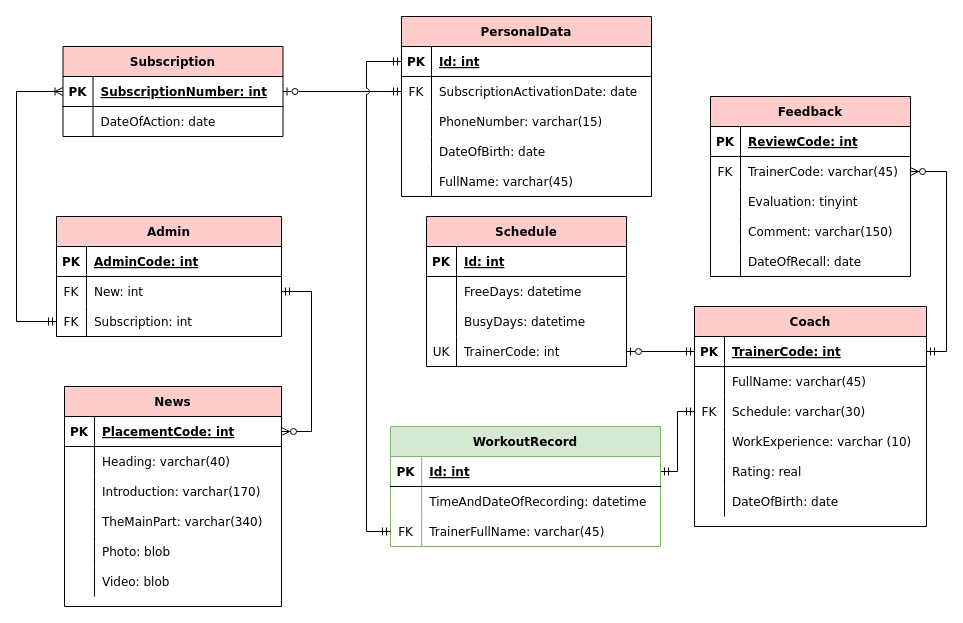
The draw.io diagram page "Page-2" (2 of 2) of Diagrams/ER 3.drawio in yuliapyrikova/-, before the edit. Source tidied: cells renumbered, new cells numbered last; positions are measured from the earlier drawing's top-left corner, leaving out a move shared by most shapes. Both pictures are drawn from the tidied source at 100%, with x=0, y=0 at pixel (16, 16).
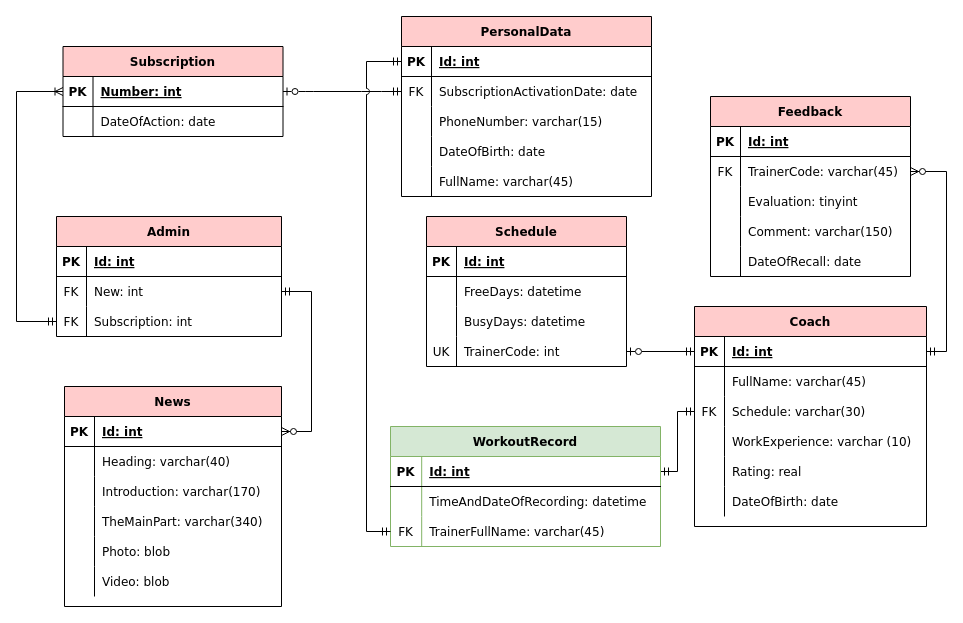
The same page after the edit.

The change refers to these unchanged cells:
```xml
<mxCell id="32" style="shape=partialRectangle;fillColor=none;points=[[0,0.5],[1,0.5]];portConstraint=eastwest;top=0;left=0;right=0;bottom=1;strokeColor=#000000;fontColor=#000000;fontFamily=Verdana;" parent="31" vertex="1">
  <mxGeometry y="30" width="220" height="30" as="geometry" />
</mxCell>
<mxCell id="40" style="shape=partialRectangle;fillColor=none;top=0;left=0;bottom=1;right=0;points=[[0,0.5],[1,0.5]];portConstraint=eastwest;strokeColor=#000000;fontColor=#000000;fontFamily=Verdana;" parent="39" vertex="1">
  <mxGeometry y="30" width="232" height="30" as="geometry" />
</mxCell>
<mxCell id="60" style="shape=partialRectangle;fillColor=none;top=0;left=0;bottom=1;right=0;strokeColor=#000000;fontColor=#000000;fontFamily=Verdana;" parent="59" vertex="1">
  <mxGeometry y="30" width="200" height="30" as="geometry" />
</mxCell>
<mxCell id="76" style="shape=partialRectangle;fillColor=none;top=0;left=0;bottom=1;right=0;points=[[0,0.5],[1,0.5]];portConstraint=eastwest;strokeColor=#000000;fontColor=#000000;fontFamily=Verdana;" parent="75" vertex="1">
  <mxGeometry y="30" width="217" height="30" as="geometry" />
</mxCell>
<mxCell id="107" style="shape=partialRectangle;fillColor=none;top=0;left=0;right=0;bottom=1;strokeColor=#000000;fontColor=#000000;fontFamily=Verdana;" parent="106" vertex="1">
  <mxGeometry y="30" width="225" height="30" as="geometry" />
</mxCell>
```

The edit, as a diff of the source:
```diff
@@
-    <mxCell id="34" value="SubscriptionNumber: int" style="shape=partialRectangle;overflow=hidden;fillColor=none;top=0;left=0;bottom=0;right=0;align=left;spacingLeft=6;fontStyle=5;strokeColor=#000000;fontColor=#000000;fontFamily=Verdana;" parent="32" vertex="1">
+    <mxCell id="34" value="Number: int" style="shape=partialRectangle;overflow=hidden;fillColor=none;top=0;left=0;bottom=0;right=0;align=left;spacingLeft=6;fontStyle=5;strokeColor=#000000;fontColor=#000000;fontFamily=Verdana;" parent="32" vertex="1">
       <mxGeometry x="30" width="190" height="30" as="geometry" />
     </mxCell>
@@
-    <mxCell id="42" value="TrainerCode: int" style="shape=partialRectangle;fillColor=none;top=0;left=0;bottom=0;right=0;align=left;spacingLeft=6;fontStyle=5;overflow=hidden;strokeColor=#000000;fontColor=#000000;fontFamily=Verdana;" parent="40" vertex="1">
+    <mxCell id="42" value="Id: int" style="shape=partialRectangle;fillColor=none;top=0;left=0;bottom=0;right=0;align=left;spacingLeft=6;fontStyle=5;overflow=hidden;strokeColor=#000000;fontColor=#000000;fontFamily=Verdana;" parent="40" vertex="1">
       <mxGeometry x="30" width="202" height="30" as="geometry" />
     </mxCell>
@@
-    <mxCell id="62" value="ReviewCode: int" style="shape=partialRectangle;fillColor=none;top=0;left=0;bottom=0;right=0;align=left;spacingLeft=6;fontStyle=5;overflow=hidden;strokeColor=#000000;fontColor=#000000;fontFamily=Verdana;" parent="60" vertex="1">
+    <mxCell id="62" value="Id: int" style="shape=partialRectangle;fillColor=none;top=0;left=0;bottom=0;right=0;align=left;spacingLeft=6;fontStyle=5;overflow=hidden;strokeColor=#000000;fontColor=#000000;fontFamily=Verdana;" parent="60" vertex="1">
       <mxGeometry x="30" width="170" height="30" as="geometry" />
     </mxCell>
@@
-    <mxCell id="78" value="PlacementCode: int" style="shape=partialRectangle;fillColor=none;top=0;left=0;bottom=0;right=0;align=left;spacingLeft=6;fontStyle=5;overflow=hidden;strokeColor=#000000;fontColor=#000000;fontFamily=Verdana;" parent="76" vertex="1">
+    <mxCell id="78" value="Id: int" style="shape=partialRectangle;fillColor=none;top=0;left=0;bottom=0;right=0;align=left;spacingLeft=6;fontStyle=5;overflow=hidden;strokeColor=#000000;fontColor=#000000;fontFamily=Verdana;" parent="76" vertex="1">
       <mxGeometry x="30" width="187" height="30" as="geometry" />
     </mxCell>
@@
-    <mxCell id="109" value="AdminCode: int" style="shape=partialRectangle;overflow=hidden;fillColor=none;top=0;left=0;bottom=0;right=0;align=left;spacingLeft=6;fontStyle=5;strokeColor=#000000;fontColor=#000000;fontFamily=Verdana;" parent="107" vertex="1">
+    <mxCell id="109" value="Id: int" style="shape=partialRectangle;overflow=hidden;fillColor=none;top=0;left=0;bottom=0;right=0;align=left;spacingLeft=6;fontStyle=5;strokeColor=#000000;fontColor=#000000;fontFamily=Verdana;" parent="107" vertex="1">
       <mxGeometry x="30" width="195" height="30" as="geometry" />
     </mxCell>
```
